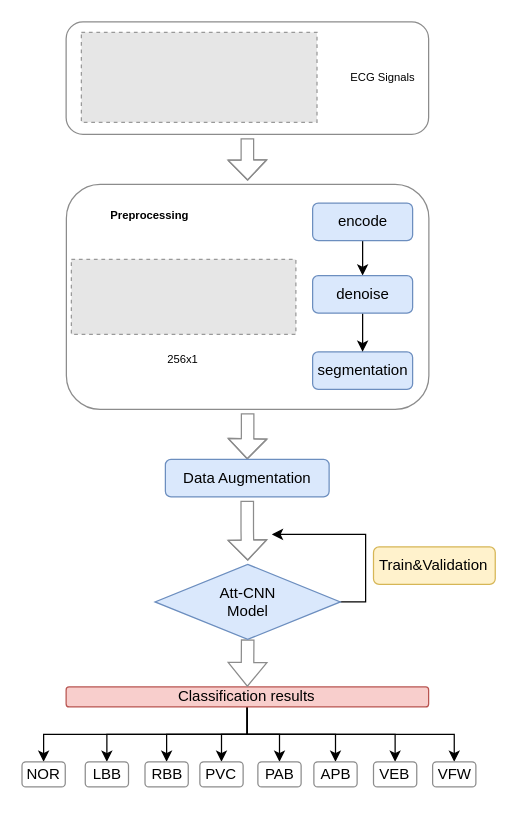
WensonLuo/Drowio keeps this draw.io diagram as CNN+ATT.drawio. Above is the earlier version. Source tidied: cells renumbered, new cells numbered last; positions are measured from the earlier drawing's top-left corner, leaving out a move shared by most shapes. Both pictures are drawn from the tidied source at 125%, with x=0, y=0 at pixel (21, 21). Pictures stored in the file or linked from it are replaced by grey dashed boxes.
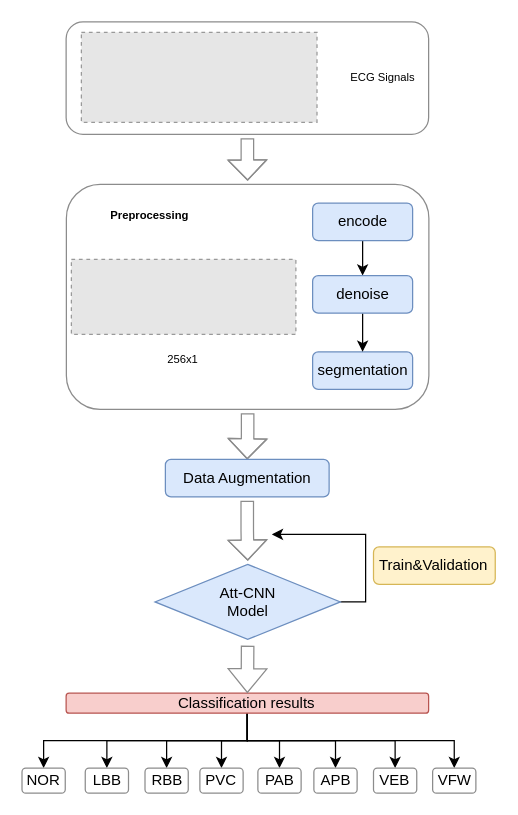
The same diagram, later.

Unchanged cells that the change refers to:
```xml
<mxCell id="29" value="Att-CNN&lt;br&gt;Model" style="rhombus;whiteSpace=wrap;html=1;shadow=0;strokeColor=#6c8ebf;fillColor=#dae8fc;" parent="1" vertex="1">
  <mxGeometry x="106.5" y="434" width="148.3" height="60" as="geometry" />
</mxCell>
```

What changed in the source:
```diff
@@
     <mxCell id="10" value="Classification results" style="rounded=1;whiteSpace=wrap;html=1;fillColor=#f8cecc;strokeColor=#b85450;" parent="1" vertex="1">
-      <mxGeometry x="35.4" y="532" width="290" height="16" as="geometry" />
+      <mxGeometry x="35.4" y="537" width="290" height="16" as="geometry" />
     </mxCell>
@@
-    <mxCell id="28" style="edgeStyle=orthogonalEdgeStyle;rounded=0;jettySize=auto;html=1;exitX=0.5;exitY=1;exitDx=0;exitDy=0;entryX=0.5;entryY=0;entryDx=0;entryDy=0;sourcePerimeterSpacing=3;targetPerimeterSpacing=3;strokeWidth=1;shape=flexArrow;strokeColor=#8C8C8C;" parent="1" edge="1" source="29" target="10">
-      <mxGeometry relative="1" as="geometry" />
+    <mxCell id="28" style="edgeStyle=orthogonalEdgeStyle;rounded=0;jettySize=auto;html=1;exitX=0.5;exitY=1;exitDx=0;exitDy=0;entryX=0.5;entryY=0;entryDx=0;entryDy=0;sourcePerimeterSpacing=3;targetPerimeterSpacing=3;strokeWidth=1;shape=flexArrow;strokeColor=#8C8C8C;" parent="1" edge="1" target="10">
+      <mxGeometry relative="1" as="geometry">
+        <mxPoint x="180.6" y="499" as="sourcePoint" />
+      </mxGeometry>
     </mxCell>
@@
     <mxCell id="31" value="NOR" style="rounded=1;whiteSpace=wrap;html=1;shadow=0;strokeColor=#8C8C8C;fillColor=none;" parent="1" vertex="1">
-      <mxGeometry x="0.1" y="592" width="34.6" height="20" as="geometry" />
+      <mxGeometry x="0.1" y="597" width="34.6" height="20" as="geometry" />
     </mxCell>
     <mxCell id="32" value="LBB" style="rounded=1;whiteSpace=wrap;html=1;shadow=0;strokeColor=#8C8C8C;fillColor=none;" parent="1" vertex="1">
-      <mxGeometry x="50.7" y="592" width="34.6" height="20" as="geometry" />
+      <mxGeometry x="50.7" y="597" width="34.6" height="20" as="geometry" />
     </mxCell>
     <mxCell id="33" value="RBB" style="rounded=1;whiteSpace=wrap;html=1;shadow=0;strokeColor=#8C8C8C;fillColor=none;" parent="1" vertex="1">
-      <mxGeometry x="98.5" y="592" width="34.6" height="20" as="geometry" />
+      <mxGeometry x="98.5" y="597" width="34.6" height="20" as="geometry" />
     </mxCell>
     <mxCell id="34" value="PVC" style="rounded=1;whiteSpace=wrap;html=1;shadow=0;strokeColor=#8C8C8C;fillColor=none;" parent="1" vertex="1">
-      <mxGeometry x="142.4" y="592" width="34.6" height="20" as="geometry" />
+      <mxGeometry x="142.4" y="597" width="34.6" height="20" as="geometry" />
     </mxCell>
     <mxCell id="35" value="PAB" style="rounded=1;whiteSpace=wrap;html=1;shadow=0;strokeColor=#8C8C8C;fillColor=none;" parent="1" vertex="1">
-      <mxGeometry x="188.8" y="592" width="34.6" height="20" as="geometry" />
+      <mxGeometry x="188.8" y="597" width="34.6" height="20" as="geometry" />
     </mxCell>
     <mxCell id="36" value="APB" style="rounded=1;whiteSpace=wrap;html=1;shadow=0;strokeColor=#8C8C8C;fillColor=none;" parent="1" vertex="1">
-      <mxGeometry x="233.6" y="592" width="34.6" height="20" as="geometry" />
+      <mxGeometry x="233.6" y="597" width="34.6" height="20" as="geometry" />
     </mxCell>
     <mxCell id="37" value="VEB" style="rounded=1;whiteSpace=wrap;html=1;shadow=0;strokeColor=#8C8C8C;fillColor=none;" parent="1" vertex="1">
-      <mxGeometry x="281.3" y="592" width="34.6" height="20" as="geometry" />
+      <mxGeometry x="281.3" y="597" width="34.6" height="20" as="geometry" />
     </mxCell>
     <mxCell id="38" value="VFW" style="rounded=1;whiteSpace=wrap;html=1;shadow=0;strokeColor=#8C8C8C;fillColor=none;" parent="1" vertex="1">
-      <mxGeometry x="328.6" y="592" width="34.6" height="20" as="geometry" />
+      <mxGeometry x="328.6" y="597" width="34.6" height="20" as="geometry" />
     </mxCell>
```
